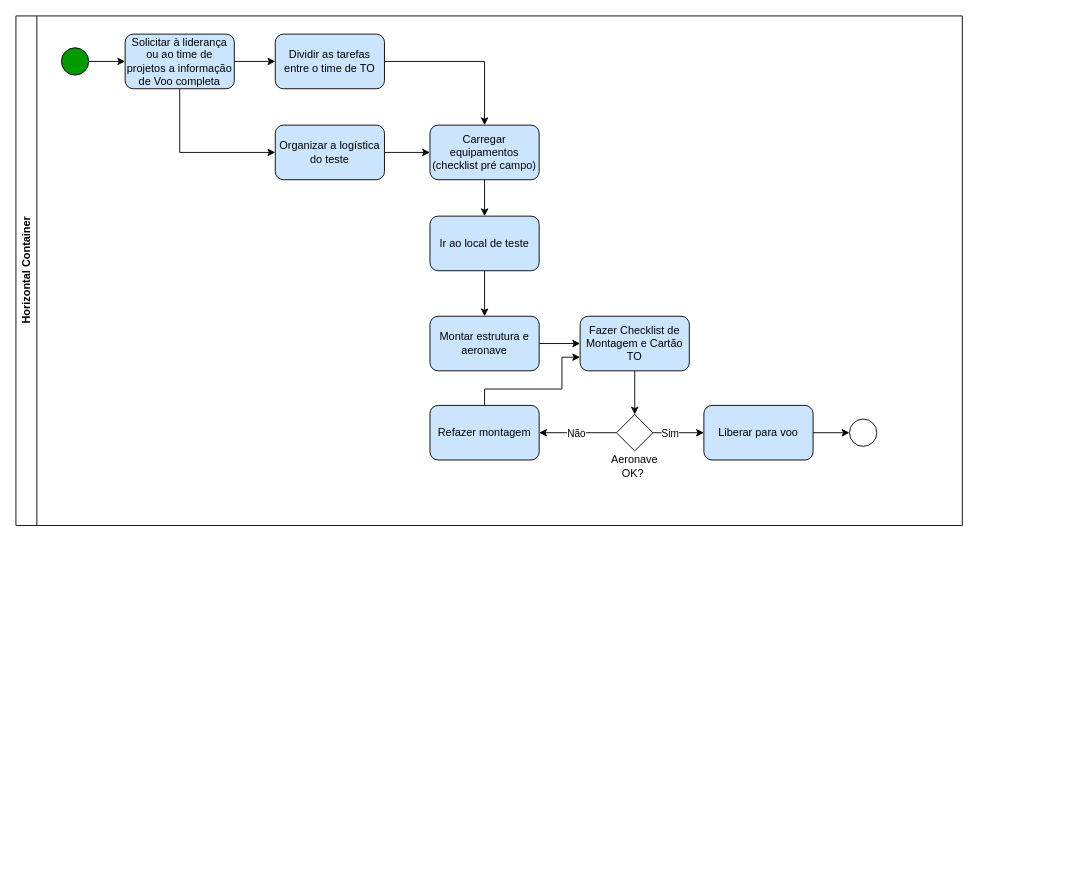
This is page "Realizar Teste" (2 of 2) of Ensaios em Voo.drawio from Karennc0/XMOBOTS, a draw.io file, before an edit. Source tidied: cells renumbered, new cells numbered last; positions are measured from the earlier drawing's top-left corner, leaving out a move shared by most shapes. Both pictures are drawn from the tidied source at 91%, with x=0, y=0 at pixel (15, 15).
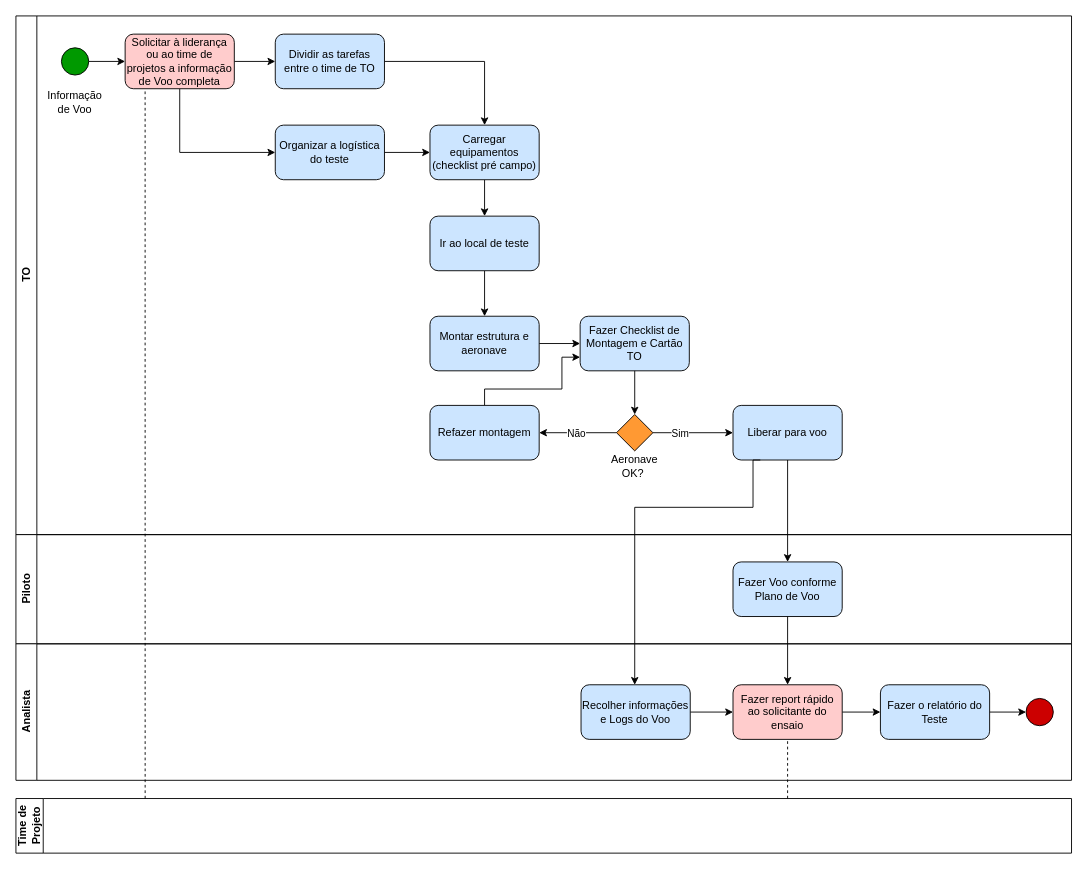
The same diagram, later.

Diff of the diagram source:
```diff
@@
-    <mxCell id="2" value="Horizontal Container" style="swimlane;horizontal=0;whiteSpace=wrap;html=1;" parent="1" vertex="1">
-      <mxGeometry width="1040" height="560" as="geometry" />
+    <mxCell id="2" value="TO" style="swimlane;horizontal=0;whiteSpace=wrap;html=1;" parent="1" vertex="1">
+      <mxGeometry width="1160" height="570" as="geometry" />
     </mxCell>
@@
-    <mxCell id="6" value="Solicitar à liderança ou ao time de projetos a informação de Voo completa" style="rounded=1;whiteSpace=wrap;html=1;fillColor=#CCE5FF;" parent="2" vertex="1">
+    <mxCell id="6" value="Solicitar à liderança ou ao time de projetos a informação de Voo completa" style="rounded=1;whiteSpace=wrap;html=1;fillColor=#FFCCCC;" parent="2" vertex="1">
       <mxGeometry x="120" y="20" width="120" height="60" as="geometry" />
     </mxCell>
@@
-    <mxCell id="21" style="rhombus;whiteSpace=wrap;html=1;" parent="2" vertex="1">
+    <mxCell id="21" style="rhombus;whiteSpace=wrap;html=1;fillColor=#FF9933;" parent="2" vertex="1">
       <mxGeometry x="660" y="438" width="40" height="40" as="geometry" />
     </mxCell>
@@
-    <mxCell id="24" style="edgeStyle=orthogonalEdgeStyle;rounded=0;jettySize=auto;html=1;" parent="2" edge="1" source="25" target="26">
-      <mxGeometry relative="1" as="geometry" />
-    </mxCell>
     <mxCell id="25" value="Liberar para voo" style="rounded=1;whiteSpace=wrap;html=1;fillColor=#CCE5FF;" parent="2" vertex="1">
-      <mxGeometry x="756" y="428" width="120" height="60" as="geometry" />
+      <mxGeometry x="788" y="428" width="120" height="60" as="geometry" />
     </mxCell>
-    <mxCell id="26" style="ellipse;whiteSpace=wrap;html=1;rounded=1;" parent="2" vertex="1">
-      <mxGeometry x="916" y="443" width="30" height="30" as="geometry" />
-    </mxCell>
@@
+    <mxCell id="31" value="Informação de Voo" style="text;html=1;strokeColor=none;fillColor=none;align=center;verticalAlign=middle;whiteSpace=wrap;rounded=0;" parent="2" vertex="1">
+      <mxGeometry x="35" y="80" width="60" height="30" as="geometry" />
+    </mxCell>
+    <mxCell id="32" value="Piloto" style="swimlane;horizontal=0;whiteSpace=wrap;html=1;" parent="1" vertex="1">
+      <mxGeometry y="570" width="1160" height="120" as="geometry" />
+    </mxCell>
+    <mxCell id="33" value="Fazer Voo conforme Plano de Voo" style="whiteSpace=wrap;html=1;fillColor=#CCE5FF;rounded=1;" parent="32" vertex="1">
+      <mxGeometry x="788" y="30" width="120" height="60" as="geometry" />
+    </mxCell>
+    <mxCell id="34" style="edgeStyle=orthogonalEdgeStyle;rounded=0;jettySize=auto;html=1;" parent="1" edge="1" source="25" target="33">
+      <mxGeometry relative="1" as="geometry" />
+    </mxCell>
+    <mxCell id="35" value="Analista" style="swimlane;horizontal=0;whiteSpace=wrap;html=1;" parent="1" vertex="1">
+      <mxGeometry y="690" width="1160" height="150" as="geometry" />
+    </mxCell>
+    <mxCell id="36" style="edgeStyle=orthogonalEdgeStyle;rounded=0;jettySize=auto;html=1;" parent="35" edge="1" source="37" target="39">
+      <mxGeometry relative="1" as="geometry" />
+    </mxCell>
+    <mxCell id="37" value="Recolher informações e Logs do Voo" style="whiteSpace=wrap;html=1;fillColor=#CCE5FF;rounded=1;" parent="35" vertex="1">
+      <mxGeometry x="621" y="45" width="120" height="60" as="geometry" />
+    </mxCell>
+    <mxCell id="38" style="edgeStyle=orthogonalEdgeStyle;rounded=0;jettySize=auto;html=1;" parent="35" edge="1" source="39" target="41">
+      <mxGeometry relative="1" as="geometry" />
+    </mxCell>
+    <mxCell id="39" value="Fazer report rápido ao solicitante do ensaio" style="whiteSpace=wrap;html=1;fillColor=#FFCCCC;rounded=1;" parent="35" vertex="1">
+      <mxGeometry x="788" y="45" width="120" height="60" as="geometry" />
+    </mxCell>
+    <mxCell id="40" style="edgeStyle=orthogonalEdgeStyle;rounded=0;jettySize=auto;html=1;" parent="35" edge="1" source="41" target="42">
+      <mxGeometry relative="1" as="geometry" />
+    </mxCell>
+    <mxCell id="41" value="Fazer o relatório do Teste" style="whiteSpace=wrap;html=1;fillColor=#CCE5FF;rounded=1;" parent="35" vertex="1">
+      <mxGeometry x="950" y="45" width="120" height="60" as="geometry" />
+    </mxCell>
+    <mxCell id="42" style="ellipse;whiteSpace=wrap;html=1;fillColor=#CC0000;rounded=1;" parent="35" vertex="1">
+      <mxGeometry x="1110" y="60" width="30" height="30" as="geometry" />
+    </mxCell>
+    <mxCell id="43" style="endArrow=none;dashed=1;html=1;rounded=0;entryX=0.183;entryY=1.033;entryDx=0;entryDy=0;entryPerimeter=0;" parent="35" edge="1" target="6">
+      <mxGeometry relative="1" as="geometry">
+        <mxPoint x="142" y="170" as="sourcePoint" />
+      </mxGeometry>
+    </mxCell>
+    <mxCell id="44" style="endArrow=none;dashed=1;html=1;rounded=0;entryX=0.5;entryY=1;entryDx=0;entryDy=0;" parent="35" edge="1" target="39">
+      <mxGeometry relative="1" as="geometry">
+        <mxPoint x="848" y="170" as="sourcePoint" />
+      </mxGeometry>
+    </mxCell>
+    <mxCell id="45" style="edgeStyle=orthogonalEdgeStyle;rounded=0;jettySize=auto;html=1;exitX=0.25;exitY=1;exitDx=0;exitDy=0;" parent="1" edge="1" source="25" target="37">
+      <mxGeometry relative="1" as="geometry">
+        <Array as="points">
+          <mxPoint x="810" y="488" />
+          <mxPoint x="810" y="540" />
+          <mxPoint x="680" y="540" />
+        </Array>
+      </mxGeometry>
+    </mxCell>
+    <mxCell id="46" style="edgeStyle=orthogonalEdgeStyle;rounded=0;jettySize=auto;html=1;" parent="1" edge="1" source="33" target="39">
+      <mxGeometry relative="1" as="geometry" />
+    </mxCell>
+    <mxCell id="47" value="Time de Projeto" style="swimlane;horizontal=0;whiteSpace=wrap;html=1;startSize=30;" parent="1" vertex="1">
+      <mxGeometry y="860" width="1160" height="60" as="geometry" />
+    </mxCell>
```
